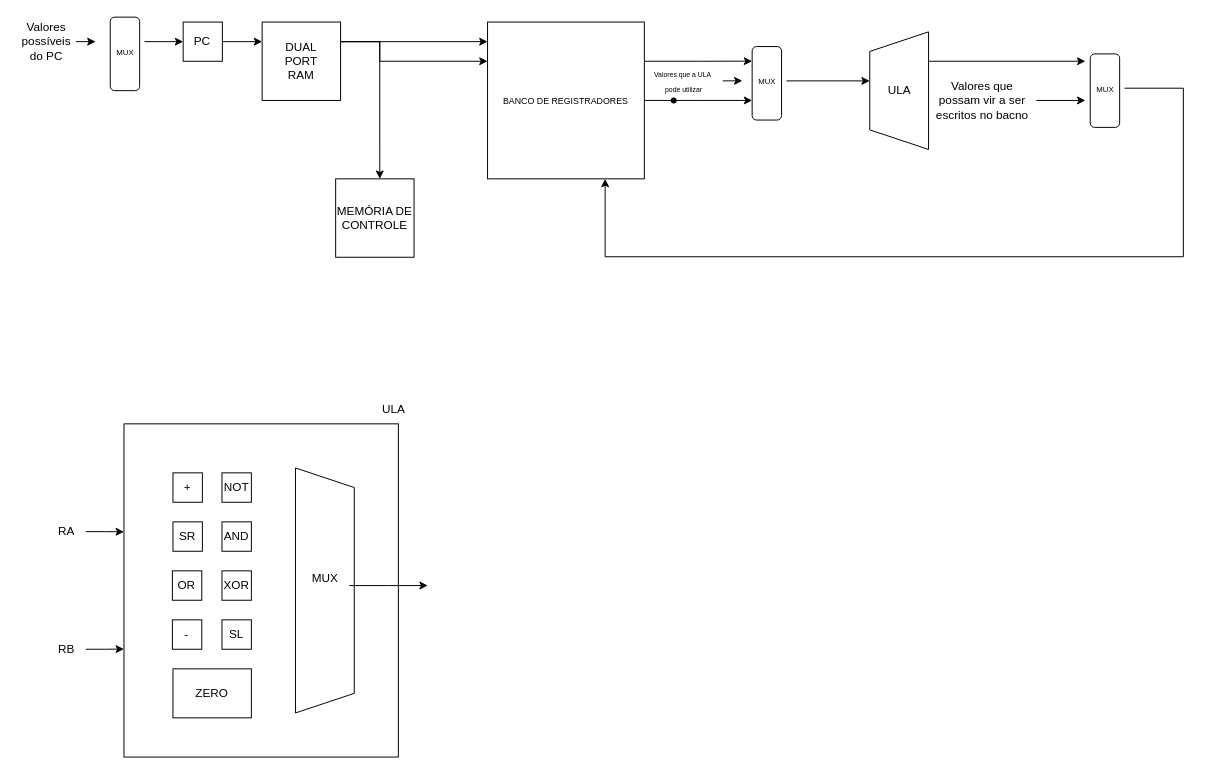
This is trab2/datapath.drawio from Eduardo-Kaluf/arquitetura, a draw.io file, before an edit. Source tidied: cells renumbered, new cells numbered last; positions are measured from the earlier drawing's top-left corner, leaving out a move shared by most shapes. Both pictures are drawn from the tidied source at 98%, with x=0, y=0 at pixel (17, 17).
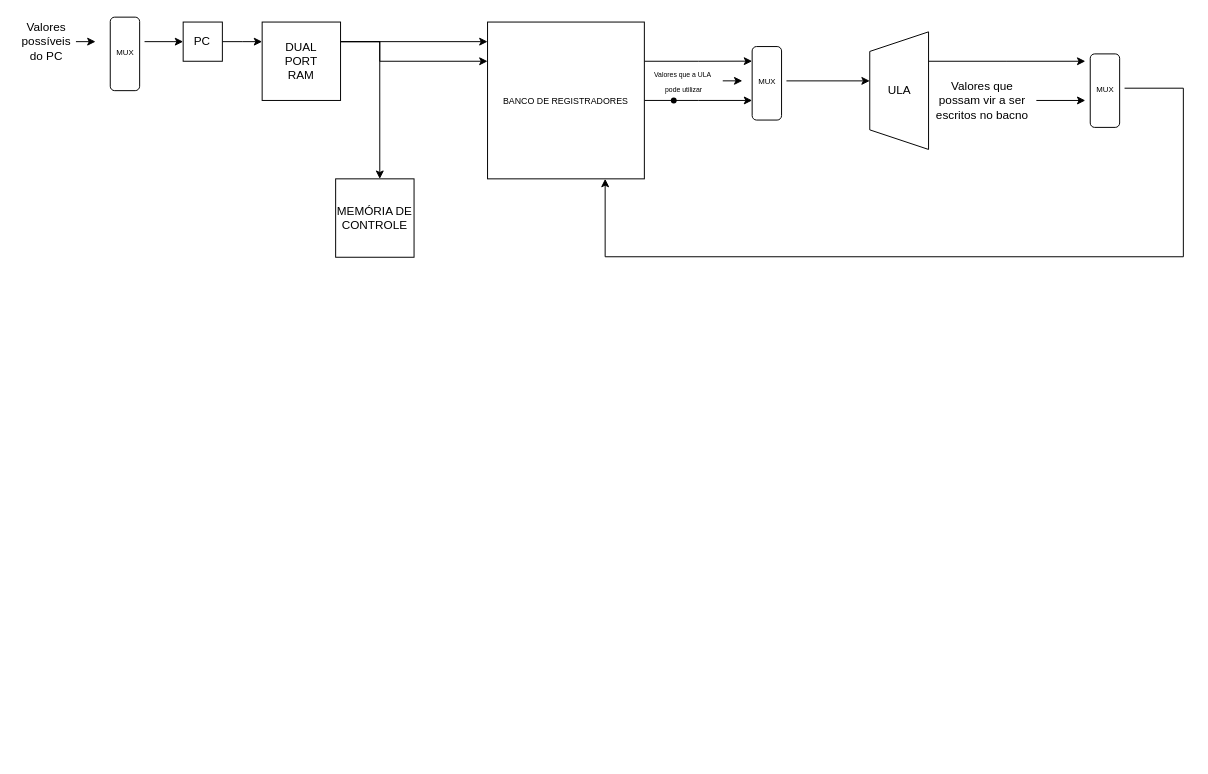
Above is the later version.

The edit, as a diff of the source:
```diff
@@
-    <mxCell id="19" style="whiteSpace=wrap;html=1;" parent="1" vertex="1">
-      <mxGeometry x="109" y="415" width="280" height="340" as="geometry" />
-    </mxCell>
-    <mxCell id="20" value="ULA" style="text;html=1;align=center;verticalAlign=middle;strokeColor=none;fillColor=none;" parent="1" vertex="1">
-      <mxGeometry x="359" y="385" width="50" height="30" as="geometry" />
-    </mxCell>
@@
-    <mxCell id="22" value="+" style="whiteSpace=wrap;html=1;" parent="1" vertex="1">
-      <mxGeometry x="159" y="465" width="30" height="30" as="geometry" />
-    </mxCell>
-    <mxCell id="23" value="NOT" style="whiteSpace=wrap;html=1;" parent="1" vertex="1">
-      <mxGeometry x="209" y="465" width="30" height="30" as="geometry" />
-    </mxCell>
-    <mxCell id="24" value="AND" style="whiteSpace=wrap;html=1;" parent="1" vertex="1">
-      <mxGeometry x="209" y="515" width="30" height="30" as="geometry" />
-    </mxCell>
-    <mxCell id="25" value="OR" style="whiteSpace=wrap;html=1;" parent="1" vertex="1">
-      <mxGeometry x="158.4" y="565" width="30" height="30" as="geometry" />
-    </mxCell>
-    <mxCell id="26" value="XOR" style="whiteSpace=wrap;html=1;" parent="1" vertex="1">
-      <mxGeometry x="209" y="565" width="30" height="30" as="geometry" />
-    </mxCell>
-    <mxCell id="27" value="-" style="whiteSpace=wrap;html=1;" parent="1" vertex="1">
-      <mxGeometry x="158.4" y="615" width="30" height="30" as="geometry" />
-    </mxCell>
-    <mxCell id="28" value="SL" style="whiteSpace=wrap;html=1;" parent="1" vertex="1">
-      <mxGeometry x="209" y="615" width="30" height="30" as="geometry" />
-    </mxCell>
-    <mxCell id="29" value="SR" style="whiteSpace=wrap;html=1;" parent="1" vertex="1">
-      <mxGeometry x="159" y="515" width="30" height="30" as="geometry" />
-    </mxCell>
-    <mxCell id="30" style="shape=trapezoid;perimeter=trapezoidPerimeter;whiteSpace=wrap;html=1;fixedSize=1;rotation=90;" parent="1" vertex="1">
-      <mxGeometry x="189" y="555" width="250" height="60" as="geometry" />
-    </mxCell>
-    <mxCell id="31" style="edgeStyle=orthogonalEdgeStyle;rounded=0;jettySize=auto;html=1;" parent="1" edge="1" source="32">
-      <mxGeometry relative="1" as="geometry">
-        <mxPoint x="419" y="580" as="targetPoint" />
-      </mxGeometry>
-    </mxCell>
-    <mxCell id="32" value="&lt;div&gt;MUX&lt;/div&gt;&lt;div&gt;&lt;br&gt;&lt;/div&gt;" style="text;html=1;align=center;verticalAlign=middle;points=[];strokeColor=none;fillColor=none;" parent="1" vertex="1">
-      <mxGeometry x="289" y="560" width="50" height="40" as="geometry" />
-    </mxCell>
@@
-    <mxCell id="47" value="ZERO" style="whiteSpace=wrap;html=1;" parent="1" vertex="1">
-      <mxGeometry x="159" y="665" width="80" height="50" as="geometry" />
-    </mxCell>
-    <mxCell id="48" value="RA" style="text;html=1;align=center;verticalAlign=middle;points=[];strokeColor=none;fillColor=none;" parent="1" vertex="1">
-      <mxGeometry x="30" y="510" width="40" height="30" as="geometry" />
-    </mxCell>
-    <mxCell id="49" value="RB" style="text;html=1;align=center;verticalAlign=middle;points=[];strokeColor=none;fillColor=none;" parent="1" vertex="1">
-      <mxGeometry x="30" y="630" width="40" height="30" as="geometry" />
-    </mxCell>
-    <mxCell id="50" style="edgeStyle=orthogonalEdgeStyle;rounded=0;jettySize=auto;html=1;entryX=0;entryY=0.333;entryDx=0;entryDy=0;entryPerimeter=0;" parent="1" edge="1" source="48">
-      <mxGeometry relative="1" as="geometry">
-        <mxPoint x="109" y="525.2" as="targetPoint" />
-      </mxGeometry>
-    </mxCell>
-    <mxCell id="51" style="edgeStyle=orthogonalEdgeStyle;rounded=0;jettySize=auto;html=1;entryX=0;entryY=0.593;entryDx=0;entryDy=0;entryPerimeter=0;" parent="1" edge="1" source="49">
-      <mxGeometry relative="1" as="geometry">
-        <mxPoint x="109" y="644.8" as="targetPoint" />
-      </mxGeometry>
-    </mxCell>
```
